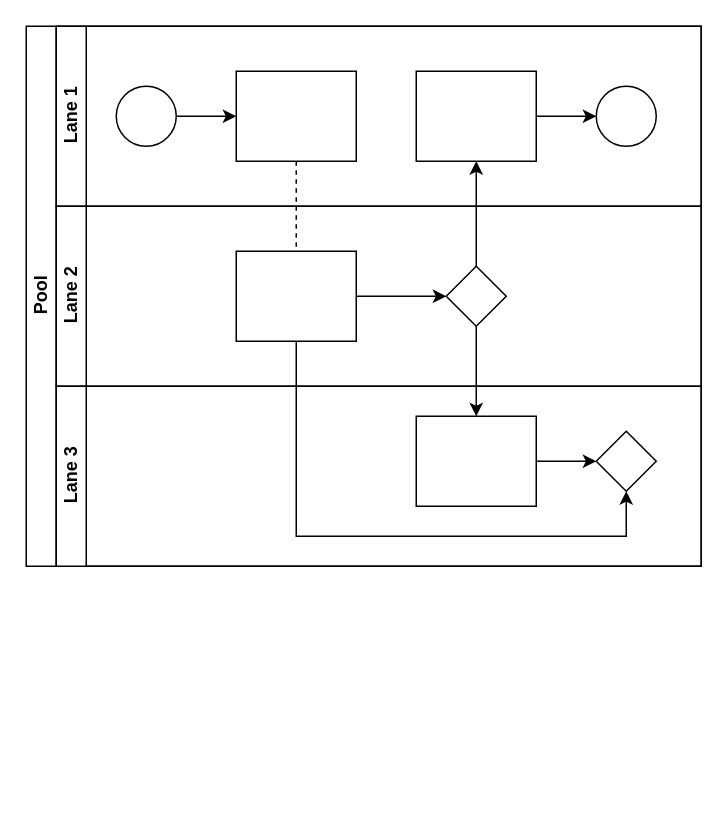
houdaerttim/dns-hass keeps this draw.io diagram as logical_flows/NodeRED_flow.drawio. Above is the earlier version. Source tidied: cells renumbered, new cells numbered last; positions are measured from the earlier drawing's top-left corner, leaving out a move shared by most shapes. Both pictures are drawn from the tidied source at 150%, with x=0, y=0 at pixel (26, 26).
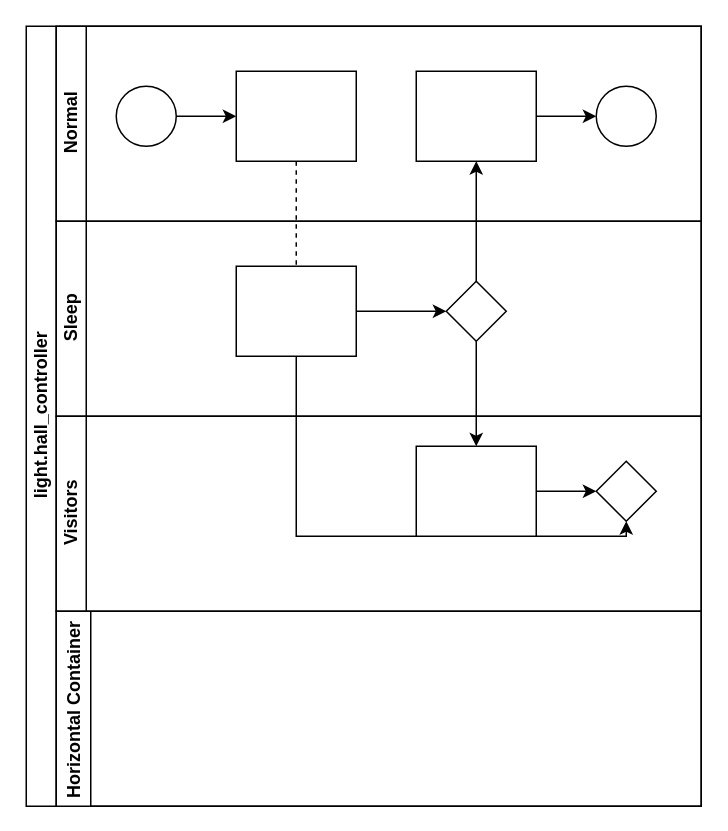
The same diagram, later.

Diff of the diagram source:
```diff
@@
-    <mxCell id="2" value="Pool" style="swimlane;html=1;horizontal=0;startSize=20;" parent="1" vertex="1">
-      <mxGeometry width="450" height="360" as="geometry" />
+    <mxCell id="2" value="light.hall_controller" style="swimlane;html=1;horizontal=0;startSize=20;" parent="1" vertex="1">
+      <mxGeometry width="450" height="520" as="geometry" />
     </mxCell>
@@
-    <mxCell id="7" value="Lane 1" style="swimlane;html=1;startSize=20;horizontal=0;" parent="2" vertex="1">
-      <mxGeometry x="20" width="430" height="120" as="geometry" />
+    <mxCell id="7" value="Normal" style="swimlane;html=1;startSize=20;horizontal=0;" parent="2" vertex="1">
+      <mxGeometry x="20" width="430" height="130" as="geometry" />
     </mxCell>
@@
-    <mxCell id="14" value="Lane 2" style="swimlane;html=1;startSize=20;horizontal=0;" parent="2" vertex="1">
-      <mxGeometry x="20" y="120" width="430" height="120" as="geometry" />
+    <mxCell id="14" value="Sleep" style="swimlane;html=1;startSize=20;horizontal=0;" parent="2" vertex="1">
+      <mxGeometry x="20" y="130" width="430" height="130" as="geometry" />
     </mxCell>
@@
-    <mxCell id="18" value="Lane 3" style="swimlane;html=1;startSize=20;horizontal=0;" parent="2" vertex="1">
-      <mxGeometry x="20" y="240" width="430" height="120" as="geometry" />
+    <mxCell id="18" value="Visitors" style="swimlane;html=1;startSize=20;horizontal=0;" parent="2" vertex="1">
+      <mxGeometry x="20" y="260" width="430" height="130" as="geometry" />
     </mxCell>
@@
+    <mxCell id="22" value="Horizontal Container" style="swimlane;horizontal=0;" parent="2" vertex="1">
+      <mxGeometry x="20" y="390" width="430" height="130" as="geometry" />
+    </mxCell>
```
